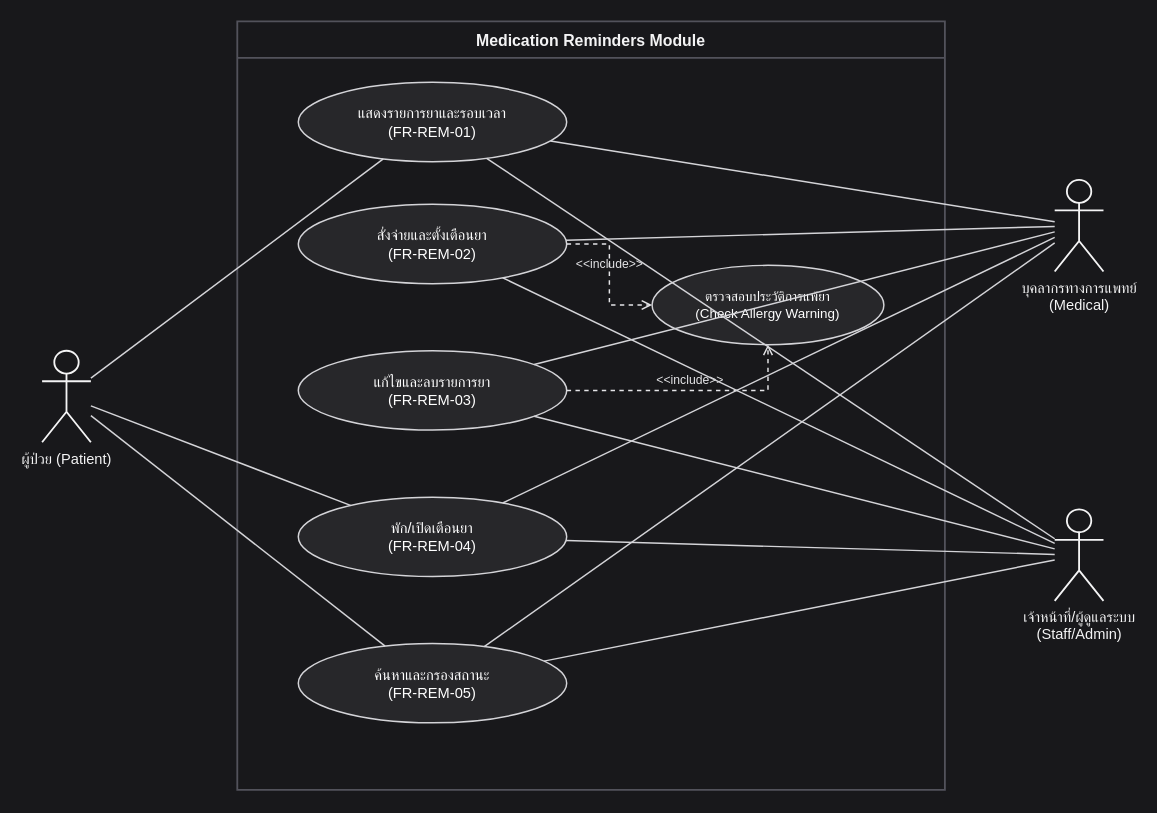
Before: docs/diagrams/medication_reminders_use_case.drawio in Supot77/UniClinic-App, a draw.io diagram. Source tidied: cells renumbered, new cells numbered last; positions are measured from the earlier drawing's top-left corner, leaving out a move shared by most shapes. Both pictures are drawn from the tidied source at 122%, with x=0, y=0 at pixel (41, 21).
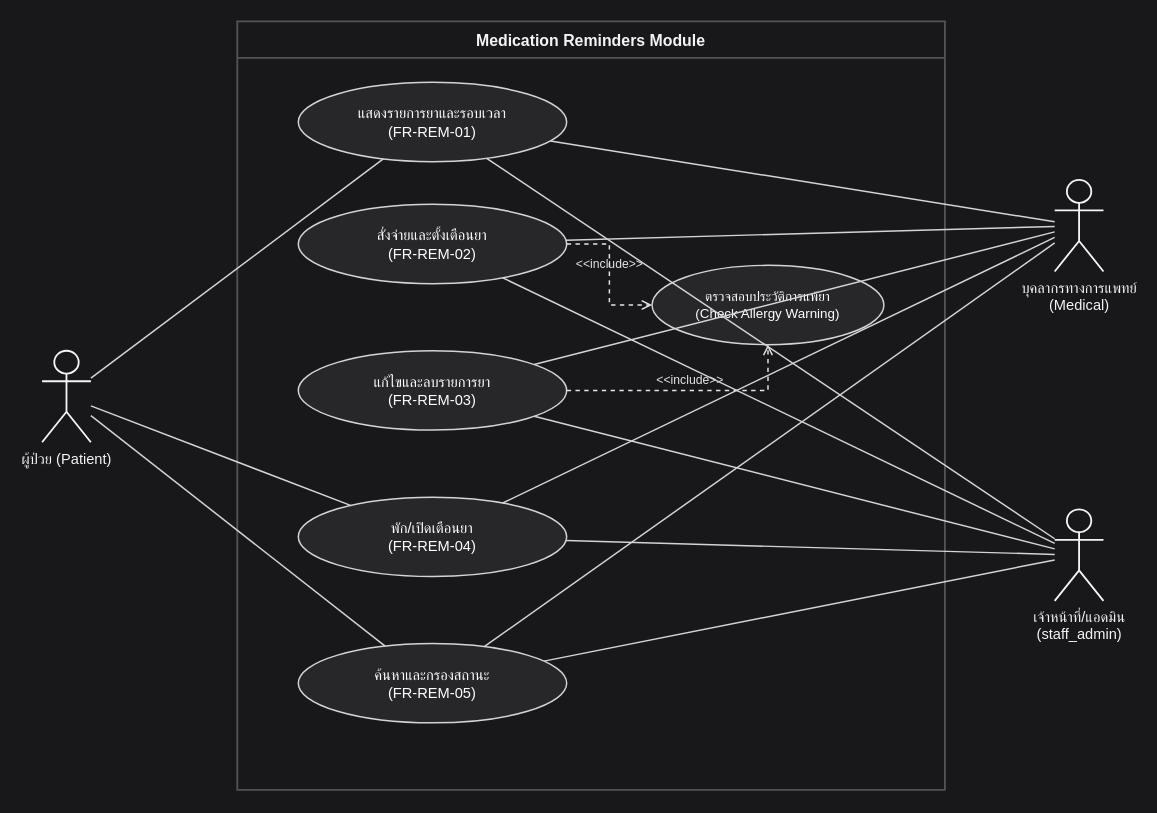
The same diagram, later.

Diff of the diagram source:
```diff
@@
-    <mxCell id="13" value="เจ้าหน้าที่/ผู้ดูแลระบบ&#10;(Staff/Admin)" style="shape=umlActor;verticalLabelPosition=bottom;verticalAlign=top;html=1;outlineConnect=0;fillColor=none;strokeColor=#f4f4f5;strokeWidth=1.5;fontColor=#f4f4f5;fontSize=12;fontFamily=Helvetica;align=center;" parent="1" vertex="1">
+    <mxCell id="13" value="เจ้าหน้าที่/แอดมิน&#10;(staff_admin)" style="shape=umlActor;verticalLabelPosition=bottom;verticalAlign=top;html=1;outlineConnect=0;fillColor=none;strokeColor=#f4f4f5;strokeWidth=1.5;fontColor=#f4f4f5;fontSize=12;fontFamily=Helvetica;align=center;" parent="1" vertex="1">
       <mxGeometry x="830" y="400" width="40" height="75" as="geometry" />
     </mxCell>
```
